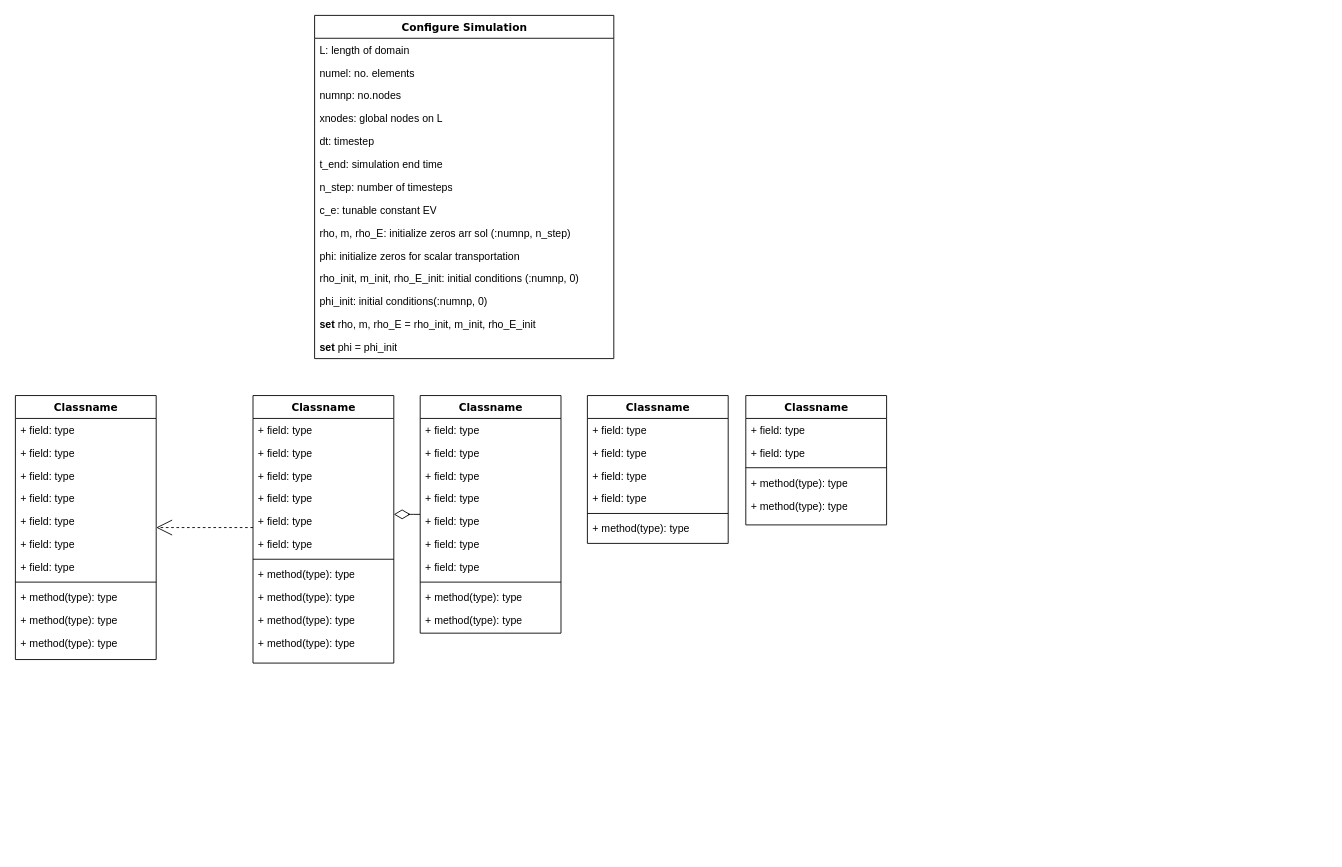
Above: Untitled Diagram.drawio in cstylianou98/fortran_compressible_NS (draw.io), before the change. Source tidied: cells renumbered, new cells numbered last; positions are measured from the earlier drawing's top-left corner, leaving out a move shared by most shapes. Both pictures are drawn from the tidied source at 88%, with x=0, y=0 at pixel (15, 15).
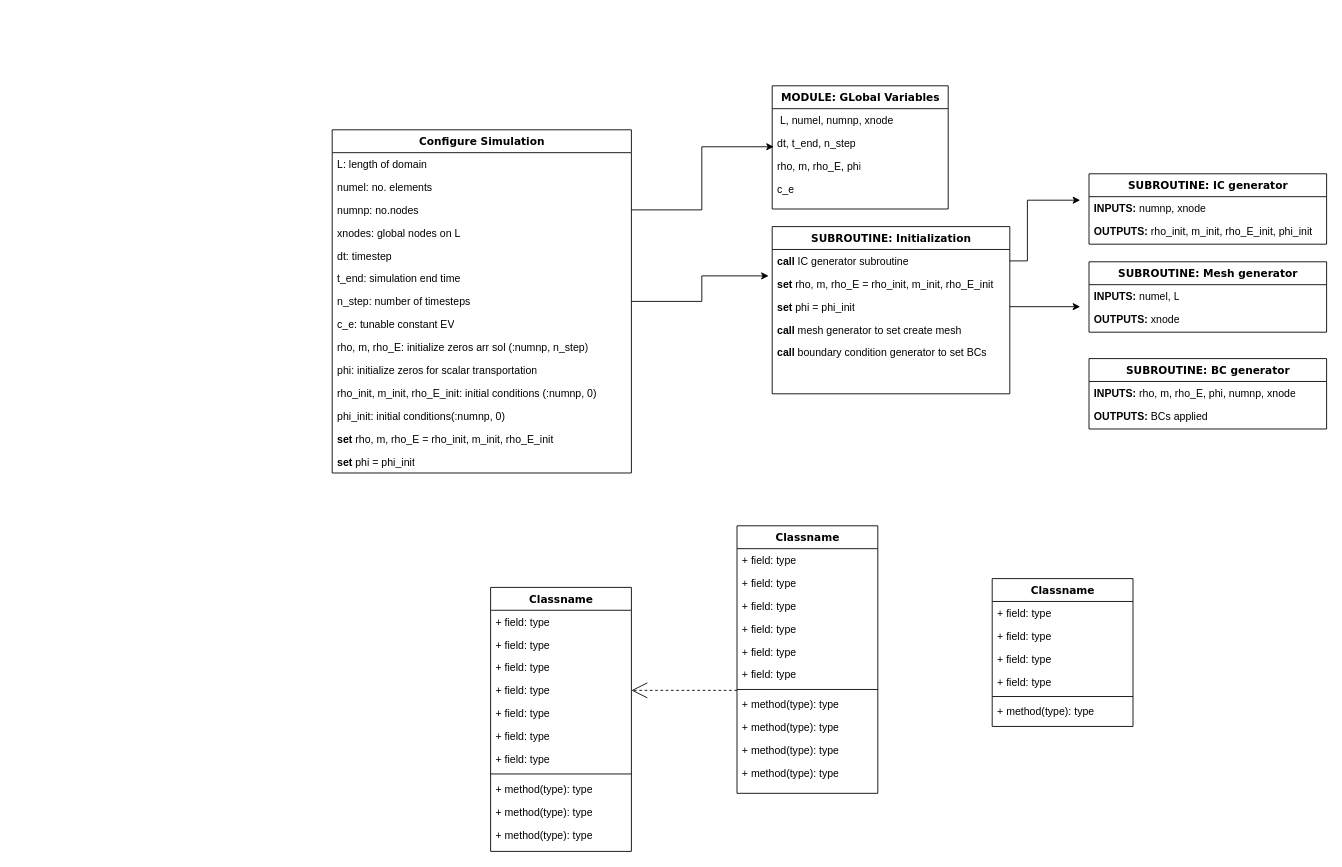
The same page after the edit.

The change refers to these unchanged cells:
```xml
<mxCell id="5" value="numnp: no.nodes" style="text;html=1;strokeColor=none;fillColor=none;align=left;verticalAlign=top;spacingLeft=4;spacingRight=4;whiteSpace=wrap;overflow=hidden;points=[[0,0.5],[1,0.5]];portConstraint=eastwest;" parent="2" vertex="1">
  <mxGeometry y="78" width="340" height="26" as="geometry" />
</mxCell>
<mxCell id="9" value="n_step: number of timesteps" style="text;html=1;strokeColor=none;fillColor=none;align=left;verticalAlign=top;spacingLeft=4;spacingRight=4;whiteSpace=wrap;overflow=hidden;points=[[0,0.5],[1,0.5]];portConstraint=eastwest;" parent="2" vertex="1">
  <mxGeometry y="182" width="340" height="26" as="geometry" />
</mxCell>
```

What changed in the source:
```diff
@@
     <mxCell id="2" value="Configure Simulation" style="swimlane;html=1;fontStyle=1;align=center;verticalAlign=top;horizontal=1;startSize=26;swimlaneFillColor=#ffffff;rounded=0;shadow=0;comic=0;labelBackgroundColor=none;strokeWidth=1;fillColor=none;fontFamily=Verdana;fontSize=12;" parent="1" vertex="1">
-      <mxGeometry x="340" width="340" height="390" as="geometry" />
+      <mxGeometry x="360" y="130" width="340" height="390" as="geometry" />
     </mxCell>
@@
     <mxCell id="18" value="Classname" style="swimlane;html=1;fontStyle=1;align=center;verticalAlign=top;horizontal=1;startSize=26;swimlaneFillColor=#ffffff;rounded=0;shadow=0;comic=0;labelBackgroundColor=none;strokeWidth=1;fillColor=none;fontFamily=Verdana;fontSize=12;" parent="1" vertex="1">
-      <mxGeometry y="432" width="160" height="300" as="geometry" />
+      <mxGeometry x="540" y="650" width="160" height="300" as="geometry" />
     </mxCell>
@@
-    <mxCell id="30" style="edgeStyle=elbowEdgeStyle;html=1;labelBackgroundColor=none;startFill=0;startSize=8;endArrow=diamondThin;endFill=0;endSize=16;fontFamily=Verdana;fontSize=12;elbow=vertical;" parent="1" edge="1" source="43" target="31">
-      <mxGeometry relative="1" as="geometry" />
-    </mxCell>
     <mxCell id="31" value="Classname" style="swimlane;html=1;fontStyle=1;align=center;verticalAlign=top;horizontal=1;startSize=26;swimlaneFillColor=#ffffff;rounded=0;shadow=0;comic=0;labelBackgroundColor=none;strokeWidth=1;fillColor=none;fontFamily=Verdana;fontSize=12;" parent="1" vertex="1">
-      <mxGeometry x="270" y="432" width="160" height="304" as="geometry" />
+      <mxGeometry x="820" y="580" width="160" height="304" as="geometry" />
     </mxCell>
@@
-    <mxCell id="43" value="Classname" style="swimlane;html=1;fontStyle=1;align=center;verticalAlign=top;horizontal=1;startSize=26;swimlaneFillColor=#ffffff;rounded=0;shadow=0;comic=0;labelBackgroundColor=none;strokeWidth=1;fillColor=none;fontFamily=Verdana;fontSize=12;" parent="1" vertex="1">
-      <mxGeometry x="460" y="432" width="160" height="270" as="geometry" />
-    </mxCell>
-    <mxCell id="44" value="+ field: type" style="text;html=1;strokeColor=none;fillColor=none;align=left;verticalAlign=top;spacingLeft=4;spacingRight=4;whiteSpace=wrap;overflow=hidden;" parent="43" vertex="1">
-      <mxGeometry y="26" width="160" height="26" as="geometry" />
-    </mxCell>
-    <mxCell id="45" value="+ field: type" style="text;html=1;strokeColor=none;fillColor=none;align=left;verticalAlign=top;spacingLeft=4;spacingRight=4;whiteSpace=wrap;overflow=hidden;" parent="43" vertex="1">
-      <mxGeometry y="52" width="160" height="26" as="geometry" />
-    </mxCell>
-    <mxCell id="46" value="+ field: type" style="text;html=1;strokeColor=none;fillColor=none;align=left;verticalAlign=top;spacingLeft=4;spacingRight=4;whiteSpace=wrap;overflow=hidden;" parent="43" vertex="1">
-      <mxGeometry y="78" width="160" height="26" as="geometry" />
-    </mxCell>
-    <mxCell id="47" value="+ field: type" style="text;html=1;strokeColor=none;fillColor=none;align=left;verticalAlign=top;spacingLeft=4;spacingRight=4;whiteSpace=wrap;overflow=hidden;" parent="43" vertex="1">
-      <mxGeometry y="104" width="160" height="26" as="geometry" />
-    </mxCell>
-    <mxCell id="48" value="+ field: type" style="text;html=1;strokeColor=none;fillColor=none;align=left;verticalAlign=top;spacingLeft=4;spacingRight=4;whiteSpace=wrap;overflow=hidden;" parent="43" vertex="1">
-      <mxGeometry y="130" width="160" height="26" as="geometry" />
-    </mxCell>
-    <mxCell id="49" value="+ field: type" style="text;html=1;strokeColor=none;fillColor=none;align=left;verticalAlign=top;spacingLeft=4;spacingRight=4;whiteSpace=wrap;overflow=hidden;" parent="43" vertex="1">
-      <mxGeometry y="156" width="160" height="26" as="geometry" />
-    </mxCell>
-    <mxCell id="50" value="+ field: type" style="text;html=1;strokeColor=none;fillColor=none;align=left;verticalAlign=top;spacingLeft=4;spacingRight=4;whiteSpace=wrap;overflow=hidden;" parent="43" vertex="1">
-      <mxGeometry y="182" width="160" height="26" as="geometry" />
-    </mxCell>
-    <mxCell id="51" style="line;html=1;strokeWidth=1;fillColor=none;align=left;verticalAlign=middle;spacingTop=-1;spacingLeft=3;spacingRight=3;labelPosition=right;" parent="43" vertex="1">
-      <mxGeometry y="208" width="160" height="8" as="geometry" />
-    </mxCell>
-    <mxCell id="52" value="+ method(type): type" style="text;html=1;strokeColor=none;fillColor=none;align=left;verticalAlign=top;spacingLeft=4;spacingRight=4;whiteSpace=wrap;overflow=hidden;" parent="43" vertex="1">
-      <mxGeometry y="216" width="160" height="26" as="geometry" />
-    </mxCell>
-    <mxCell id="53" value="+ method(type): type" style="text;html=1;strokeColor=none;fillColor=none;align=left;verticalAlign=top;spacingLeft=4;spacingRight=4;whiteSpace=wrap;overflow=hidden;" parent="43" vertex="1">
-      <mxGeometry y="242" width="160" height="26" as="geometry" />
-    </mxCell>
     <mxCell id="54" value="Classname" style="swimlane;html=1;fontStyle=1;align=center;verticalAlign=top;horizontal=1;startSize=26;swimlaneFillColor=#ffffff;rounded=0;shadow=0;comic=0;labelBackgroundColor=none;strokeWidth=1;fillColor=none;fontFamily=Verdana;fontSize=12;" parent="1" vertex="1">
-      <mxGeometry x="650" y="432" width="160" height="168" as="geometry" />
+      <mxGeometry x="1110" y="640" width="160" height="168" as="geometry" />
     </mxCell>
@@
-    <mxCell id="61" value="Classname" style="swimlane;html=1;fontStyle=1;align=center;verticalAlign=top;horizontal=1;startSize=26;swimlaneFillColor=#ffffff;rounded=0;shadow=0;comic=0;labelBackgroundColor=none;strokeWidth=1;fillColor=none;fontFamily=Verdana;fontSize=12;" parent="1" vertex="1">
-      <mxGeometry x="830" y="432" width="160" height="147" as="geometry" />
+    <mxCell id="61" value="MODULE: GLobal Variables" style="swimlane;html=1;fontStyle=1;align=center;verticalAlign=top;horizontal=1;startSize=26;swimlaneFillColor=#ffffff;rounded=0;shadow=0;comic=0;labelBackgroundColor=none;strokeWidth=1;fillColor=none;fontFamily=Verdana;fontSize=12;" parent="1" vertex="1">
+      <mxGeometry x="860" y="80" width="200" height="140" as="geometry" />
     </mxCell>
-    <mxCell id="62" value="+ field: type" style="text;html=1;strokeColor=none;fillColor=none;align=left;verticalAlign=top;spacingLeft=4;spacingRight=4;whiteSpace=wrap;overflow=hidden;" parent="61" vertex="1">
-      <mxGeometry y="26" width="160" height="26" as="geometry" />
+    <mxCell id="62" value="&amp;nbsp;L, numel, numnp, xnode" style="text;html=1;strokeColor=none;fillColor=none;align=left;verticalAlign=top;spacingLeft=4;spacingRight=4;whiteSpace=wrap;overflow=hidden;" parent="61" vertex="1">
+      <mxGeometry y="26" width="200" height="26" as="geometry" />
     </mxCell>
-    <mxCell id="63" value="+ field: type" style="text;html=1;strokeColor=none;fillColor=none;align=left;verticalAlign=top;spacingLeft=4;spacingRight=4;whiteSpace=wrap;overflow=hidden;points=[[0,0.5],[1,0.5]];portConstraint=eastwest;" parent="61" vertex="1">
-      <mxGeometry y="52" width="160" height="26" as="geometry" />
+    <mxCell id="63" value="dt, t_end, n_step" style="text;html=1;strokeColor=none;fillColor=none;align=left;verticalAlign=top;spacingLeft=4;spacingRight=4;whiteSpace=wrap;overflow=hidden;points=[[0,0.5],[1,0.5]];portConstraint=eastwest;" parent="61" vertex="1">
+      <mxGeometry y="52" width="200" height="26" as="geometry" />
     </mxCell>
-    <mxCell id="64" style="line;html=1;strokeWidth=1;fillColor=none;align=left;verticalAlign=middle;spacingTop=-1;spacingLeft=3;spacingRight=3;labelPosition=right;" parent="61" vertex="1">
-      <mxGeometry y="78" width="160" height="8" as="geometry" />
-    </mxCell>
-    <mxCell id="65" value="+ method(type): type" style="text;html=1;strokeColor=none;fillColor=none;align=left;verticalAlign=top;spacingLeft=4;spacingRight=4;whiteSpace=wrap;overflow=hidden;" parent="61" vertex="1">
-      <mxGeometry y="86" width="160" height="26" as="geometry" />
+    <mxCell id="65" value="rho, m, rho_E, phi" style="text;html=1;strokeColor=none;fillColor=none;align=left;verticalAlign=top;spacingLeft=4;spacingRight=4;whiteSpace=wrap;overflow=hidden;" parent="61" vertex="1">
+      <mxGeometry y="78" width="200" height="26" as="geometry" />
     </mxCell>
-    <mxCell id="66" value="+ method(type): type" style="text;html=1;strokeColor=none;fillColor=none;align=left;verticalAlign=top;spacingLeft=4;spacingRight=4;whiteSpace=wrap;overflow=hidden;" parent="61" vertex="1">
-      <mxGeometry y="112" width="160" height="26" as="geometry" />
+    <mxCell id="66" value="c_e" style="text;html=1;strokeColor=none;fillColor=none;align=left;verticalAlign=top;spacingLeft=4;spacingRight=4;whiteSpace=wrap;overflow=hidden;" parent="61" vertex="1">
+      <mxGeometry y="104" width="200" height="26" as="geometry" />
     </mxCell>
+    <mxCell id="67" style="edgeStyle=orthogonalEdgeStyle;rounded=0;jettySize=auto;html=1;exitX=1;exitY=0.5;exitDx=0;exitDy=0;entryX=0.009;entryY=0.665;entryDx=0;entryDy=0;entryPerimeter=0;" parent="1" edge="1" source="5" target="63">
+      <mxGeometry relative="1" as="geometry">
+        <Array as="points">
+          <mxPoint x="780" y="221" />
+          <mxPoint x="780" y="149" />
+        </Array>
+      </mxGeometry>
+    </mxCell>
+    <mxCell id="68" value="SUBROUTINE: Initialization" style="swimlane;html=1;fontStyle=1;align=center;verticalAlign=top;horizontal=1;startSize=26;swimlaneFillColor=#ffffff;rounded=0;shadow=0;comic=0;labelBackgroundColor=none;strokeWidth=1;fillColor=none;fontFamily=Verdana;fontSize=12;" parent="1" vertex="1">
+      <mxGeometry x="860" y="240" width="270" height="190" as="geometry" />
+    </mxCell>
+    <mxCell id="69" value="&lt;b&gt;call &lt;/b&gt;IC&amp;nbsp;generator subroutine" style="text;html=1;strokeColor=none;fillColor=none;align=left;verticalAlign=top;spacingLeft=4;spacingRight=4;whiteSpace=wrap;overflow=hidden;points=[[0,0.5],[1,0.5]];portConstraint=eastwest;" parent="68" vertex="1">
+      <mxGeometry y="26" width="270" height="26" as="geometry" />
+    </mxCell>
+    <mxCell id="70" value="&lt;b&gt;set &lt;/b&gt;rho, m, rho_E = rho_init, m_init, rho_E_init" style="text;html=1;strokeColor=none;fillColor=none;align=left;verticalAlign=top;spacingLeft=4;spacingRight=4;whiteSpace=wrap;overflow=hidden;points=[[0,0.5],[1,0.5]];portConstraint=eastwest;" parent="68" vertex="1">
+      <mxGeometry y="52" width="270" height="26" as="geometry" />
+    </mxCell>
+    <mxCell id="71" style="edgeStyle=orthogonalEdgeStyle;rounded=0;jettySize=auto;html=1;exitX=1;exitY=0.5;exitDx=0;exitDy=0;" parent="68" edge="1" source="72">
+      <mxGeometry relative="1" as="geometry">
+        <mxPoint x="350" y="91" as="targetPoint" />
+      </mxGeometry>
+    </mxCell>
+    <mxCell id="72" value="&lt;b&gt;set &lt;/b&gt;phi = phi_init" style="text;html=1;strokeColor=none;fillColor=none;align=left;verticalAlign=top;spacingLeft=4;spacingRight=4;whiteSpace=wrap;overflow=hidden;points=[[0,0.5],[1,0.5]];portConstraint=eastwest;" parent="68" vertex="1">
+      <mxGeometry y="78" width="270" height="26" as="geometry" />
+    </mxCell>
+    <mxCell id="73" value="&lt;b&gt;call &lt;/b&gt;mesh generator to set create mesh" style="text;html=1;strokeColor=none;fillColor=none;align=left;verticalAlign=top;spacingLeft=4;spacingRight=4;whiteSpace=wrap;overflow=hidden;" parent="68" vertex="1">
+      <mxGeometry y="104" width="270" height="26" as="geometry" />
+    </mxCell>
+    <mxCell id="74" value="&lt;b&gt;call &lt;/b&gt;boundary condition generator to set BCs" style="text;html=1;strokeColor=none;fillColor=none;align=left;verticalAlign=top;spacingLeft=4;spacingRight=4;whiteSpace=wrap;overflow=hidden;" parent="68" vertex="1">
+      <mxGeometry y="130" width="270" height="26" as="geometry" />
+    </mxCell>
+    <mxCell id="75" style="edgeStyle=orthogonalEdgeStyle;rounded=0;jettySize=auto;html=1;entryX=-0.015;entryY=0.154;entryDx=0;entryDy=0;entryPerimeter=0;" parent="1" edge="1" source="9" target="70">
+      <mxGeometry relative="1" as="geometry" />
+    </mxCell>
+    <mxCell id="76" value="SUBROUTINE: IC generator" style="swimlane;html=1;fontStyle=1;align=center;verticalAlign=top;horizontal=1;startSize=26;swimlaneFillColor=#ffffff;rounded=0;shadow=0;comic=0;labelBackgroundColor=none;strokeWidth=1;fillColor=none;fontFamily=Verdana;fontSize=12;" parent="1" vertex="1">
+      <mxGeometry x="1220" y="180" width="270" height="80" as="geometry" />
+    </mxCell>
+    <mxCell id="77" value="&lt;b&gt;INPUTS: &lt;/b&gt;numnp, xnode" style="text;html=1;strokeColor=none;fillColor=none;align=left;verticalAlign=top;spacingLeft=4;spacingRight=4;whiteSpace=wrap;overflow=hidden;" parent="76" vertex="1">
+      <mxGeometry y="26" width="270" height="26" as="geometry" />
+    </mxCell>
+    <mxCell id="78" value="&lt;b&gt;OUTPUTS: &lt;/b&gt;rho_init, m_init, rho_E_init, phi_init" style="text;html=1;strokeColor=none;fillColor=none;align=left;verticalAlign=top;spacingLeft=4;spacingRight=4;whiteSpace=wrap;overflow=hidden;" parent="76" vertex="1">
+      <mxGeometry y="52" width="270" height="26" as="geometry" />
+    </mxCell>
+    <mxCell id="79" style="edgeStyle=orthogonalEdgeStyle;rounded=0;jettySize=auto;html=1;exitX=1;exitY=0.5;exitDx=0;exitDy=0;" parent="1" edge="1" source="69">
+      <mxGeometry relative="1" as="geometry">
+        <mxPoint x="1210" y="210" as="targetPoint" />
+        <Array as="points">
+          <mxPoint x="1150" y="279" />
+          <mxPoint x="1150" y="210" />
+        </Array>
+      </mxGeometry>
+    </mxCell>
+    <mxCell id="80" value="SUBROUTINE: Mesh generator" style="swimlane;html=1;fontStyle=1;align=center;verticalAlign=top;horizontal=1;startSize=26;swimlaneFillColor=#ffffff;rounded=0;shadow=0;comic=0;labelBackgroundColor=none;strokeWidth=1;fillColor=none;fontFamily=Verdana;fontSize=12;" parent="1" vertex="1">
+      <mxGeometry x="1220" y="280" width="270" height="80" as="geometry" />
+    </mxCell>
+    <mxCell id="81" value="&lt;b&gt;INPUTS: &lt;/b&gt;numel, L" style="text;html=1;strokeColor=none;fillColor=none;align=left;verticalAlign=top;spacingLeft=4;spacingRight=4;whiteSpace=wrap;overflow=hidden;" parent="80" vertex="1">
+      <mxGeometry y="26" width="270" height="26" as="geometry" />
+    </mxCell>
+    <mxCell id="82" value="&lt;b&gt;OUTPUTS: &lt;/b&gt;xnode" style="text;html=1;strokeColor=none;fillColor=none;align=left;verticalAlign=top;spacingLeft=4;spacingRight=4;whiteSpace=wrap;overflow=hidden;" parent="80" vertex="1">
+      <mxGeometry y="52" width="270" height="26" as="geometry" />
+    </mxCell>
+    <mxCell id="83" value="SUBROUTINE: BC generator" style="swimlane;html=1;fontStyle=1;align=center;verticalAlign=top;horizontal=1;startSize=26;swimlaneFillColor=#ffffff;rounded=0;shadow=0;comic=0;labelBackgroundColor=none;strokeWidth=1;fillColor=none;fontFamily=Verdana;fontSize=12;" parent="1" vertex="1">
+      <mxGeometry x="1220" y="390" width="270" height="80" as="geometry" />
+    </mxCell>
+    <mxCell id="84" value="&lt;b&gt;INPUTS: &lt;/b&gt;rho, m, rho_E, phi, numnp, xnode" style="text;html=1;strokeColor=none;fillColor=none;align=left;verticalAlign=top;spacingLeft=4;spacingRight=4;whiteSpace=wrap;overflow=hidden;" parent="83" vertex="1">
+      <mxGeometry y="26" width="270" height="26" as="geometry" />
+    </mxCell>
+    <mxCell id="85" value="&lt;b&gt;OUTPUTS: &lt;/b&gt;BCs applied&amp;nbsp;" style="text;html=1;strokeColor=none;fillColor=none;align=left;verticalAlign=top;spacingLeft=4;spacingRight=4;whiteSpace=wrap;overflow=hidden;" parent="83" vertex="1">
+      <mxGeometry y="52" width="270" height="26" as="geometry" />
+    </mxCell>
```
